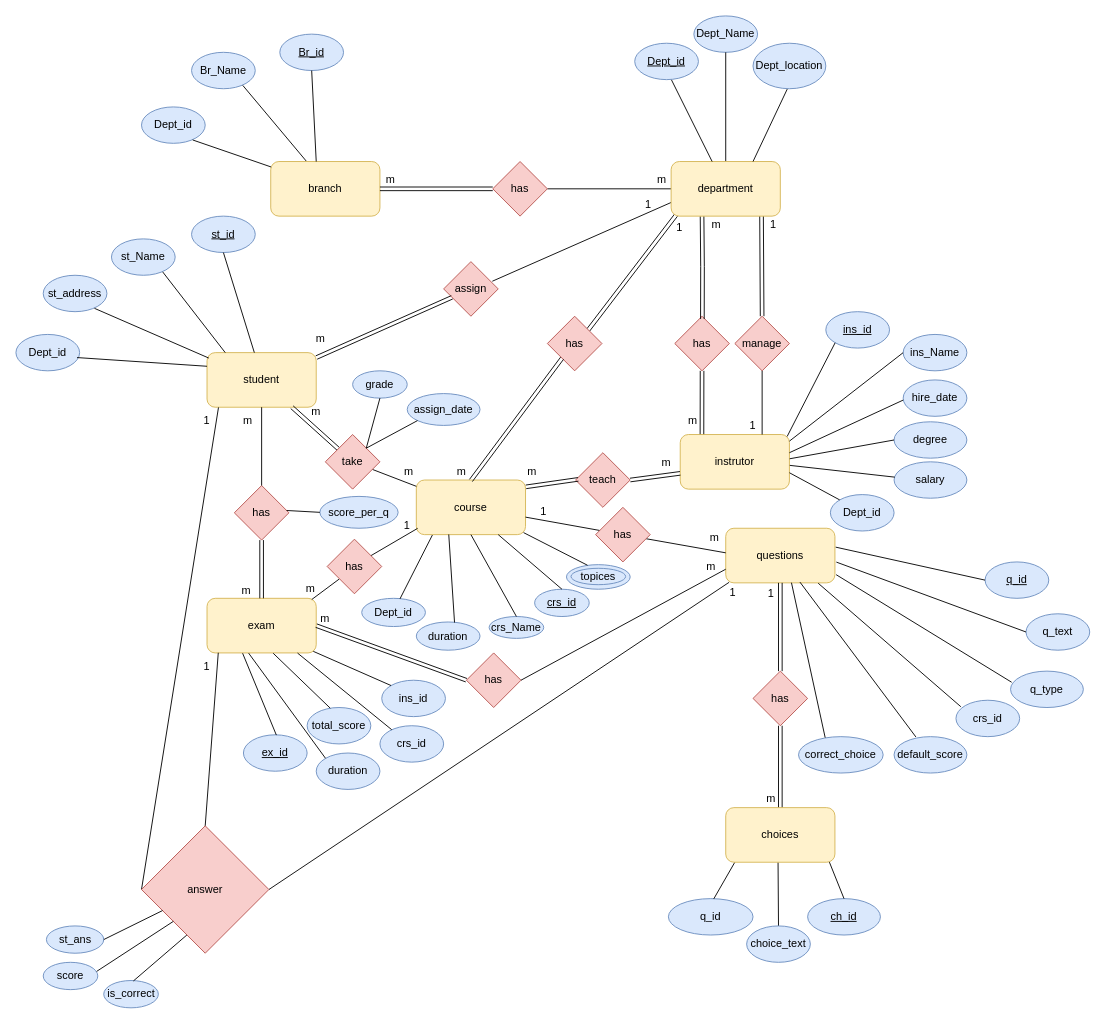
Before: Database/Final Project/ERD/ERD.drawio in ahmedmamdouh32/ITI_9month, a draw.io diagram. Source tidied: cells renumbered, new cells numbered last; positions are measured from the earlier drawing's top-left corner, leaving out a move shared by most shapes. Both pictures are drawn from the tidied source at 91%, with x=0, y=0 at pixel (15, 15).
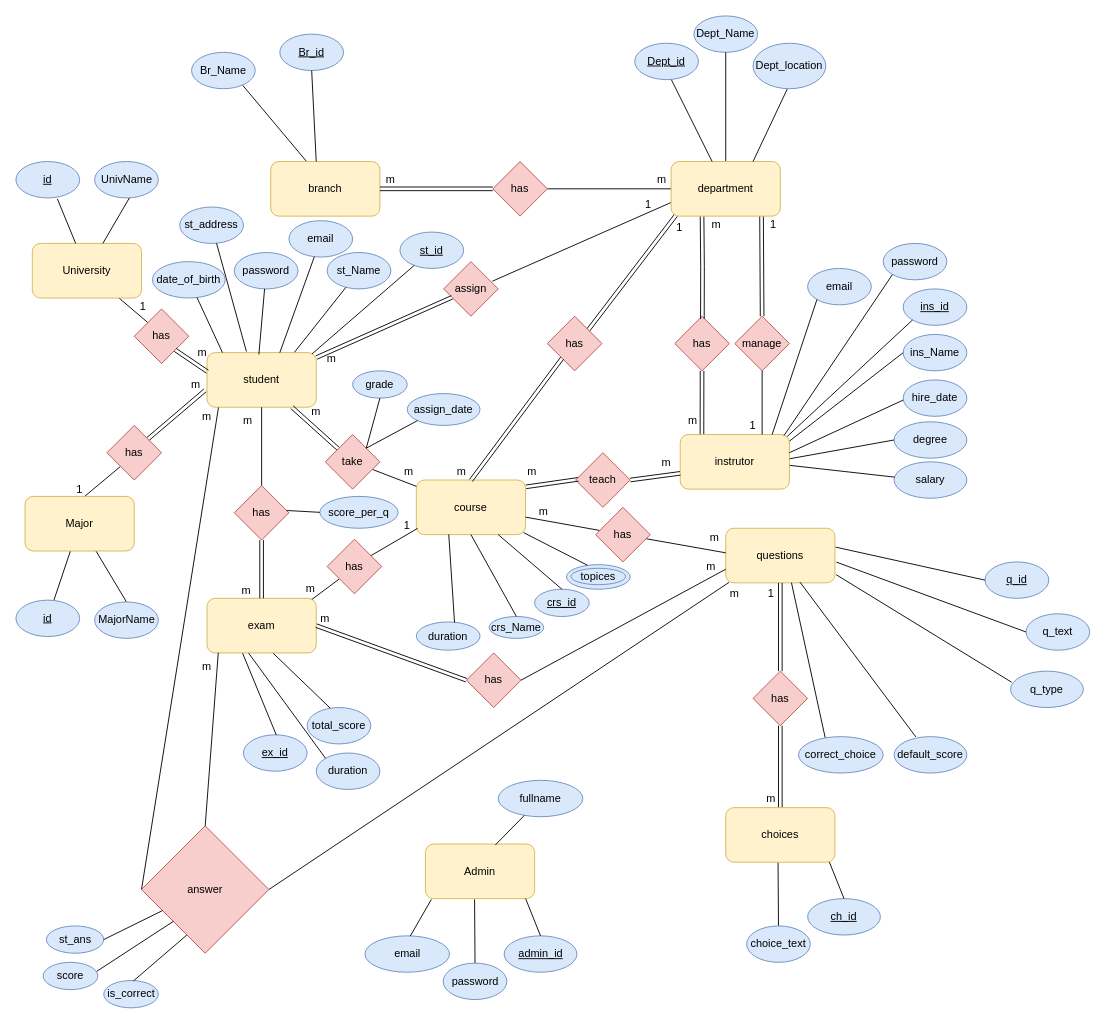
The same page after the edit.

The change refers to these unchanged cells:
```xml
<mxCell id="3" value="student" style="rounded=1;whiteSpace=wrap;html=1;fillColor=#fff2cc;strokeColor=#d6b656;" parent="1" vertex="1">
  <mxGeometry x="210" y="370" width="120" height="60" as="geometry" />
</mxCell>
<mxCell id="4" value="questions" style="rounded=1;whiteSpace=wrap;html=1;fillColor=#fff2cc;strokeColor=#d6b656;" parent="1" vertex="1">
  <mxGeometry x="780" y="563" width="120" height="60" as="geometry" />
</mxCell>
<mxCell id="5" value="branch" style="rounded=1;whiteSpace=wrap;html=1;fillColor=#fff2cc;strokeColor=#d6b656;" parent="1" vertex="1">
  <mxGeometry x="280" y="160" width="120" height="60" as="geometry" />
</mxCell>
<mxCell id="6" value="exam" style="rounded=1;whiteSpace=wrap;html=1;fillColor=#fff2cc;strokeColor=#d6b656;" parent="1" vertex="1">
  <mxGeometry x="210" y="640" width="120" height="60" as="geometry" />
</mxCell>
<mxCell id="7" value="instrutor" style="rounded=1;whiteSpace=wrap;html=1;fillColor=#fff2cc;strokeColor=#d6b656;" parent="1" vertex="1">
  <mxGeometry x="730" y="460" width="120" height="60" as="geometry" />
</mxCell>
<mxCell id="8" value="course" style="rounded=1;whiteSpace=wrap;html=1;fillColor=#fff2cc;strokeColor=#d6b656;" parent="1" vertex="1">
  <mxGeometry x="440" y="510" width="120" height="60" as="geometry" />
</mxCell>
```

The edit, as a diff of the source:
```diff
@@
+    <mxCell id="160" style="rounded=0;jettySize=auto;html=1;entryX=1;entryY=0;entryDx=0;entryDy=0;exitX=-0.018;exitY=0.691;exitDx=0;exitDy=0;exitPerimeter=0;endArrow=none;endFill=0;shape=link;" parent="1" edge="1" source="3" target="173">
+      <mxGeometry relative="1" as="geometry" />
+    </mxCell>
@@
     <mxCell id="32" value="m" style="text;html=1;whiteSpace=wrap;strokeColor=none;fillColor=none;align=center;verticalAlign=middle;rounded=0;" parent="1" vertex="1">
-      <mxGeometry x="330" y="350" width="10" height="10" as="geometry" />
+      <mxGeometry x="342" y="372" width="10" height="10" as="geometry" />
     </mxCell>
@@
-    <mxCell id="52" value="&lt;font style=&quot;color: light-dark(rgb(0, 0, 0), rgb(255, 255, 255));&quot;&gt;1&lt;/font&gt;" style="text;html=1;whiteSpace=wrap;strokeColor=none;fillColor=none;align=center;verticalAlign=middle;rounded=0;" parent="1" vertex="1">
+    <mxCell id="52" value="&lt;font style=&quot;color: light-dark(rgb(0, 0, 0), rgb(255, 255, 255));&quot;&gt;m&lt;/font&gt;" style="text;html=1;whiteSpace=wrap;strokeColor=none;fillColor=none;align=center;verticalAlign=middle;rounded=0;" parent="1" vertex="1">
       <mxGeometry x="550" y="530" width="60" height="30" as="geometry" />
     </mxCell>
@@
-    <mxCell id="79" value="Dept_id" style="ellipse;whiteSpace=wrap;html=1;fillColor=#dae8fc;strokeColor=#6c8ebf;" parent="1" vertex="1">
-      <mxGeometry x="138" y="100" width="70" height="40" as="geometry" />
-    </mxCell>
-    <mxCell id="80" style="endArrow=none;html=1;rounded=0;entryX=0.004;entryY=0.1;entryDx=0;entryDy=0;entryPerimeter=0;exitX=0.804;exitY=0.908;exitDx=0;exitDy=0;exitPerimeter=0;" parent="1" edge="1" source="79" target="5">
-      <mxGeometry relative="1" as="geometry" />
-    </mxCell>
@@
     <mxCell id="84" value="&lt;u&gt;ins_id&lt;/u&gt;" style="ellipse;whiteSpace=wrap;html=1;fillColor=#dae8fc;strokeColor=#6c8ebf;" parent="1" vertex="1">
-      <mxGeometry x="890" y="325" width="70" height="40" as="geometry" />
+      <mxGeometry x="975" y="300" width="70" height="40" as="geometry" />
     </mxCell>
@@
-    <mxCell id="89" value="Dept_id" style="ellipse;whiteSpace=wrap;html=1;fillColor=#dae8fc;strokeColor=#6c8ebf;" parent="1" vertex="1">
-      <mxGeometry x="895" y="526" width="70" height="40" as="geometry" />
-    </mxCell>
@@
-    <mxCell id="92" value="Dept_id" style="ellipse;whiteSpace=wrap;html=1;fillColor=#dae8fc;strokeColor=#6c8ebf;" parent="1" vertex="1">
-      <mxGeometry x="380" y="640" width="70" height="31" as="geometry" />
-    </mxCell>
-    <mxCell id="93" style="endArrow=none;html=1;rounded=0;entryX=0.147;entryY=1.008;entryDx=0;entryDy=0;exitX=0.6;exitY=0.021;exitDx=0;exitDy=0;exitPerimeter=0;entryPerimeter=0;" parent="1" edge="1" source="92" target="8">
-      <mxGeometry relative="1" as="geometry" />
-    </mxCell>
@@
-    <mxCell id="96" value="Dept_id" style="ellipse;whiteSpace=wrap;html=1;fillColor=#dae8fc;strokeColor=#6c8ebf;" parent="1" vertex="1">
-      <mxGeometry y="350" width="70" height="40" as="geometry" />
-    </mxCell>
-    <mxCell id="97" style="endArrow=none;html=1;rounded=0;entryX=0;entryY=0.25;entryDx=0;entryDy=0;exitX=0.96;exitY=0.636;exitDx=0;exitDy=0;exitPerimeter=0;" parent="1" edge="1" source="96" target="3">
-      <mxGeometry relative="1" as="geometry" />
-    </mxCell>
@@
     <mxCell id="100" value="&lt;u&gt;st_id&lt;/u&gt;" style="ellipse;whiteSpace=wrap;html=1;fillColor=#dae8fc;strokeColor=#6c8ebf;" parent="1" vertex="1">
-      <mxGeometry x="193" y="220" width="70" height="40" as="geometry" />
+      <mxGeometry x="422" y="237.5" width="70" height="40" as="geometry" />
     </mxCell>
     <mxCell id="101" value="st_Name" style="ellipse;whiteSpace=wrap;html=1;fillColor=#dae8fc;strokeColor=#6c8ebf;" parent="1" vertex="1">
-      <mxGeometry x="105" y="245" width="70" height="40" as="geometry" />
+      <mxGeometry x="342" y="260" width="70" height="40" as="geometry" />
     </mxCell>
     <mxCell id="102" value="st_address" style="ellipse;whiteSpace=wrap;html=1;fillColor=#dae8fc;strokeColor=#6c8ebf;" parent="1" vertex="1">
-      <mxGeometry x="30" y="285" width="70" height="40" as="geometry" />
+      <mxGeometry x="180" y="210" width="70" height="40" as="geometry" />
     </mxCell>
-    <mxCell id="103" style="endArrow=none;html=1;rounded=0;entryX=0.004;entryY=0.1;entryDx=0;entryDy=0;entryPerimeter=0;exitX=0.804;exitY=0.908;exitDx=0;exitDy=0;exitPerimeter=0;" parent="1" edge="1" source="102">
-      <mxGeometry relative="1" as="geometry">
-        <mxPoint x="212" y="376" as="targetPoint" />
-      </mxGeometry>
-    </mxCell>
-    <mxCell id="104" style="endArrow=none;html=1;rounded=0;entryX=0.167;entryY=0;entryDx=0;entryDy=0;entryPerimeter=0;exitX=0.804;exitY=0.908;exitDx=0;exitDy=0;exitPerimeter=0;" parent="1" edge="1" source="101" target="3">
-      <mxGeometry relative="1" as="geometry" />
-    </mxCell>
-    <mxCell id="105" style="endArrow=none;html=1;rounded=0;exitX=0.5;exitY=1;exitDx=0;exitDy=0;" parent="1" edge="1" source="100">
-      <mxGeometry relative="1" as="geometry">
-        <mxPoint x="262" y="370" as="targetPoint" />
-      </mxGeometry>
-    </mxCell>
@@
-    <mxCell id="110" value="crs_id" style="ellipse;whiteSpace=wrap;html=1;fillColor=#dae8fc;strokeColor=#6c8ebf;" parent="1" vertex="1">
-      <mxGeometry x="1033" y="752" width="70" height="40" as="geometry" />
-    </mxCell>
@@
-    <mxCell id="117" style="endArrow=none;html=1;rounded=0;exitX=0.077;exitY=0.178;exitDx=0;exitDy=0;entryX=0.847;entryY=1.007;entryDx=0;entryDy=0;entryPerimeter=0;exitPerimeter=0;" parent="1" edge="1" source="110" target="4">
-      <mxGeometry relative="1" as="geometry" />
-    </mxCell>
@@
-    <mxCell id="120" value="q_id" style="ellipse;whiteSpace=wrap;html=1;fillColor=#dae8fc;strokeColor=#6c8ebf;" parent="1" vertex="1">
-      <mxGeometry x="717" y="970" width="93" height="40" as="geometry" />
-    </mxCell>
@@
-    <mxCell id="124" style="endArrow=none;html=1;rounded=0;exitX=0.536;exitY=0.007;exitDx=0;exitDy=0;exitPerimeter=0;entryX=0.613;entryY=1.018;entryDx=0;entryDy=0;entryPerimeter=0;" parent="1" edge="1" source="120">
-      <mxGeometry relative="1" as="geometry">
-        <mxPoint x="790" y="930" as="targetPoint" />
-      </mxGeometry>
-    </mxCell>
@@
-    <mxCell id="129" value="crs_id" style="ellipse;whiteSpace=wrap;html=1;fillColor=#dae8fc;strokeColor=#6c8ebf;" parent="1" vertex="1">
-      <mxGeometry x="400" y="780" width="70" height="40" as="geometry" />
-    </mxCell>
-    <mxCell id="130" style="endArrow=none;html=1;rounded=0;entryX=0.829;entryY=1.003;entryDx=0;entryDy=0;exitX=0.185;exitY=0.109;exitDx=0;exitDy=0;entryPerimeter=0;exitPerimeter=0;" parent="1" edge="1" source="129" target="6">
-      <mxGeometry relative="1" as="geometry" />
-    </mxCell>
@@
-    <mxCell id="134" value="ins_id" style="ellipse;whiteSpace=wrap;html=1;fillColor=#dae8fc;strokeColor=#6c8ebf;" parent="1" vertex="1">
-      <mxGeometry x="402" y="730" width="70" height="40" as="geometry" />
-    </mxCell>
-    <mxCell id="135" style="endArrow=none;html=1;rounded=0;entryX=0.973;entryY=0.971;entryDx=0;entryDy=0;entryPerimeter=0;exitX=0;exitY=0;exitDx=0;exitDy=0;" parent="1" edge="1" source="134" target="6">
-      <mxGeometry relative="1" as="geometry" />
-    </mxCell>
@@
-    <mxCell id="151" style="rounded=0;jettySize=auto;html=1;exitX=0;exitY=0;exitDx=0;exitDy=0;endArrow=none;endFill=0;entryX=1;entryY=0.7;entryDx=0;entryDy=0;entryPerimeter=0;" parent="1" edge="1" source="89" target="7">
-      <mxGeometry relative="1" as="geometry" />
-    </mxCell>
@@
-    <mxCell id="156" value="1" style="text;html=1;whiteSpace=wrap;strokeColor=none;fillColor=none;align=center;verticalAlign=middle;rounded=0;" parent="1" vertex="1">
-      <mxGeometry x="180" y="430" width="60" height="30" as="geometry" />
+    <mxCell id="156" value="m" style="text;html=1;whiteSpace=wrap;strokeColor=none;fillColor=none;align=center;verticalAlign=middle;rounded=0;" parent="1" vertex="1">
+      <mxGeometry x="200" y="436" width="20" height="10" as="geometry" />
     </mxCell>
-    <mxCell id="157" value="1" style="text;html=1;whiteSpace=wrap;strokeColor=none;fillColor=none;align=center;verticalAlign=middle;rounded=0;" parent="1" vertex="1">
+    <mxCell id="157" value="m" style="text;html=1;whiteSpace=wrap;strokeColor=none;fillColor=none;align=center;verticalAlign=middle;rounded=0;" parent="1" vertex="1">
       <mxGeometry x="200" y="710" width="20" height="10" as="geometry" />
     </mxCell>
-    <mxCell id="158" value="1" style="text;html=1;whiteSpace=wrap;strokeColor=none;fillColor=none;align=center;verticalAlign=middle;rounded=0;" parent="1" vertex="1">
-      <mxGeometry x="773" y="625" width="30" height="17" as="geometry" />
-    </mxCell>
@@
+    <mxCell id="161" style="rounded=0;jettySize=auto;html=1;entryX=0;entryY=0;entryDx=0;entryDy=0;endArrow=none;endFill=0;" parent="1" edge="1" source="162" target="176">
+      <mxGeometry relative="1" as="geometry" />
+    </mxCell>
+    <mxCell id="162" value="University" style="rounded=1;whiteSpace=wrap;html=1;fillColor=#fff2cc;strokeColor=#d6b656;" parent="1" vertex="1">
+      <mxGeometry x="18" y="250" width="120" height="60" as="geometry" />
+    </mxCell>
+    <mxCell id="163" style="rounded=0;jettySize=auto;html=1;endArrow=none;endFill=0;" parent="1" edge="1" source="166" target="167">
+      <mxGeometry relative="1" as="geometry" />
+    </mxCell>
+    <mxCell id="164" style="rounded=0;jettySize=auto;html=1;entryX=0.5;entryY=0;entryDx=0;entryDy=0;endArrow=none;endFill=0;" parent="1" edge="1" source="166" target="168">
+      <mxGeometry relative="1" as="geometry" />
+    </mxCell>
+    <mxCell id="165" style="rounded=0;jettySize=auto;html=1;entryX=0;entryY=1;entryDx=0;entryDy=0;exitX=0.538;exitY=0.013;exitDx=0;exitDy=0;exitPerimeter=0;endArrow=none;endFill=0;" parent="1" edge="1" source="166" target="173">
+      <mxGeometry relative="1" as="geometry" />
+    </mxCell>
+    <mxCell id="166" value="Major" style="rounded=1;whiteSpace=wrap;html=1;fillColor=#fff2cc;strokeColor=#d6b656;" parent="1" vertex="1">
+      <mxGeometry x="10" y="528" width="120" height="60" as="geometry" />
+    </mxCell>
+    <mxCell id="167" value="&lt;u&gt;id&lt;/u&gt;" style="ellipse;whiteSpace=wrap;html=1;fillColor=#dae8fc;strokeColor=#6c8ebf;" parent="1" vertex="1">
+      <mxGeometry y="642" width="70" height="40" as="geometry" />
+    </mxCell>
+    <mxCell id="168" value="MajorName" style="ellipse;whiteSpace=wrap;html=1;fillColor=#dae8fc;strokeColor=#6c8ebf;" parent="1" vertex="1">
+      <mxGeometry x="86.5" y="644" width="70" height="40" as="geometry" />
+    </mxCell>
+    <mxCell id="169" value="&lt;u&gt;id&lt;/u&gt;" style="ellipse;whiteSpace=wrap;html=1;fillColor=#dae8fc;strokeColor=#6c8ebf;" parent="1" vertex="1">
+      <mxGeometry y="160" width="70" height="40" as="geometry" />
+    </mxCell>
+    <mxCell id="170" value="UnivName" style="ellipse;whiteSpace=wrap;html=1;fillColor=#dae8fc;strokeColor=#6c8ebf;" parent="1" vertex="1">
+      <mxGeometry x="86.5" y="160" width="70" height="40" as="geometry" />
+    </mxCell>
+    <mxCell id="171" style="rounded=0;jettySize=auto;html=1;entryX=0.651;entryY=1.028;entryDx=0;entryDy=0;entryPerimeter=0;endArrow=none;endFill=0;" parent="1" edge="1" source="162" target="169">
+      <mxGeometry relative="1" as="geometry" />
+    </mxCell>
+    <mxCell id="172" style="rounded=0;jettySize=auto;html=1;entryX=0.545;entryY=1.002;entryDx=0;entryDy=0;entryPerimeter=0;endArrow=none;endFill=0;" parent="1" edge="1" source="162" target="170">
+      <mxGeometry relative="1" as="geometry" />
+    </mxCell>
+    <mxCell id="173" value="has" style="rhombus;whiteSpace=wrap;html=1;fillColor=#f8cecc;strokeColor=#b85450;" parent="1" vertex="1">
+      <mxGeometry x="100" y="450" width="60" height="60" as="geometry" />
+    </mxCell>
+    <mxCell id="174" style="rounded=0;jettySize=auto;html=1;entryX=0.961;entryY=0.024;entryDx=0;entryDy=0;entryPerimeter=0;endArrow=none;endFill=0;" parent="1" edge="1" source="100" target="3">
+      <mxGeometry relative="1" as="geometry" />
+    </mxCell>
+    <mxCell id="104" style="rounded=0;jettySize=auto;html=1;entryX=0.801;entryY=-0.008;entryDx=0;entryDy=0;entryPerimeter=0;endArrow=none;endFill=0;" parent="1" edge="1" source="101" target="3">
+      <mxGeometry relative="1" as="geometry" />
+    </mxCell>
+    <mxCell id="175" style="rounded=0;jettySize=auto;html=1;entryX=0.361;entryY=-0.019;entryDx=0;entryDy=0;entryPerimeter=0;endArrow=none;endFill=0;" parent="1" edge="1" source="102" target="3">
+      <mxGeometry relative="1" as="geometry" />
+    </mxCell>
+    <mxCell id="176" value="has" style="rhombus;whiteSpace=wrap;html=1;fillColor=#f8cecc;strokeColor=#b85450;" parent="1" vertex="1">
+      <mxGeometry x="130" y="322" width="60" height="60" as="geometry" />
+    </mxCell>
+    <mxCell id="177" style="rounded=0;jettySize=auto;html=1;entryX=1;entryY=1;entryDx=0;entryDy=0;exitX=0.004;exitY=0.35;exitDx=0;exitDy=0;exitPerimeter=0;endArrow=none;endFill=0;shape=link;" parent="1" edge="1" source="3" target="176">
+      <mxGeometry relative="1" as="geometry" />
+    </mxCell>
+    <mxCell id="178" value="1" style="text;html=1;whiteSpace=wrap;strokeColor=none;fillColor=none;align=center;verticalAlign=middle;rounded=0;" parent="1" vertex="1">
+      <mxGeometry x="120" y="310" width="40" height="20" as="geometry" />
+    </mxCell>
+    <mxCell id="179" value="m" style="text;html=1;whiteSpace=wrap;strokeColor=none;fillColor=none;align=center;verticalAlign=middle;rounded=0;" parent="1" vertex="1">
+      <mxGeometry x="190" y="365" width="30" height="10" as="geometry" />
+    </mxCell>
+    <mxCell id="180" value="1" style="text;html=1;whiteSpace=wrap;strokeColor=none;fillColor=none;align=center;verticalAlign=middle;rounded=0;" parent="1" vertex="1">
+      <mxGeometry x="65" y="516" width="10" height="10" as="geometry" />
+    </mxCell>
+    <mxCell id="181" value="m" style="text;html=1;whiteSpace=wrap;strokeColor=none;fillColor=none;align=center;verticalAlign=middle;rounded=0;" parent="1" vertex="1">
+      <mxGeometry x="188" y="400" width="20" height="10" as="geometry" />
+    </mxCell>
+    <mxCell id="182" value="m" style="text;html=1;whiteSpace=wrap;strokeColor=none;fillColor=none;align=center;verticalAlign=middle;rounded=0;" parent="1" vertex="1">
+      <mxGeometry x="760" y="620" width="60" height="30" as="geometry" />
+    </mxCell>
+    <mxCell id="183" value="email" style="ellipse;whiteSpace=wrap;html=1;fillColor=#dae8fc;strokeColor=#6c8ebf;" parent="1" vertex="1">
+      <mxGeometry x="870" y="277.5" width="70" height="40" as="geometry" />
+    </mxCell>
+    <mxCell id="184" style="rounded=0;jettySize=auto;html=1;exitX=0;exitY=1;exitDx=0;exitDy=0;entryX=0.979;entryY=0.036;entryDx=0;entryDy=0;entryPerimeter=0;endArrow=none;endFill=0;" parent="1" edge="1" source="183">
+      <mxGeometry relative="1" as="geometry">
+        <mxPoint x="831" y="460" as="targetPoint" />
+      </mxGeometry>
+    </mxCell>
+    <mxCell id="185" value="password" style="ellipse;whiteSpace=wrap;html=1;fillColor=#dae8fc;strokeColor=#6c8ebf;" parent="1" vertex="1">
+      <mxGeometry x="953" y="250" width="70" height="40" as="geometry" />
+    </mxCell>
+    <mxCell id="186" style="rounded=0;jettySize=auto;html=1;exitX=0;exitY=1;exitDx=0;exitDy=0;entryX=0.979;entryY=0.036;entryDx=0;entryDy=0;entryPerimeter=0;endArrow=none;endFill=0;" parent="1" edge="1" source="185">
+      <mxGeometry relative="1" as="geometry">
+        <mxPoint x="844" y="461.2" as="targetPoint" />
+      </mxGeometry>
+    </mxCell>
+    <mxCell id="187" value="email" style="ellipse;whiteSpace=wrap;html=1;fillColor=#dae8fc;strokeColor=#6c8ebf;" parent="1" vertex="1">
+      <mxGeometry x="300" y="225" width="70" height="40" as="geometry" />
+    </mxCell>
+    <mxCell id="188" style="rounded=0;jettySize=auto;html=1;entryX=0.801;entryY=-0.008;entryDx=0;entryDy=0;entryPerimeter=0;endArrow=none;endFill=0;" parent="1" edge="1" source="187">
+      <mxGeometry relative="1" as="geometry">
+        <mxPoint x="290" y="370" as="targetPoint" />
+      </mxGeometry>
+    </mxCell>
+    <mxCell id="189" value="password" style="ellipse;whiteSpace=wrap;html=1;fillColor=#dae8fc;strokeColor=#6c8ebf;" parent="1" vertex="1">
+      <mxGeometry x="240" y="260" width="70" height="40" as="geometry" />
+    </mxCell>
+    <mxCell id="190" style="rounded=0;jettySize=auto;html=1;entryX=0.801;entryY=-0.008;entryDx=0;entryDy=0;entryPerimeter=0;endArrow=none;endFill=0;" parent="1" edge="1" source="189">
+      <mxGeometry relative="1" as="geometry">
+        <mxPoint x="267" y="372" as="targetPoint" />
+      </mxGeometry>
+    </mxCell>
+    <mxCell id="191" value="Admin" style="rounded=1;whiteSpace=wrap;html=1;fillColor=#fff2cc;strokeColor=#d6b656;" parent="1" vertex="1">
+      <mxGeometry x="450" y="910" width="120" height="60" as="geometry" />
+    </mxCell>
+    <mxCell id="192" value="email" style="ellipse;whiteSpace=wrap;html=1;fillColor=#dae8fc;strokeColor=#6c8ebf;" parent="1" vertex="1">
+      <mxGeometry x="383.5" y="1010.9" width="93" height="40" as="geometry" />
+    </mxCell>
+    <mxCell id="193" style="edgeStyle=orthogonalEdgeStyle;rounded=0;jettySize=auto;html=1;entryX=0.5;entryY=1;entryDx=0;entryDy=0;endArrow=none;endFill=0;" parent="1" edge="1" source="194">
+      <mxGeometry relative="1" as="geometry">
+        <mxPoint x="504" y="970.9" as="targetPoint" />
+      </mxGeometry>
+    </mxCell>
+    <mxCell id="194" value="password" style="ellipse;whiteSpace=wrap;html=1;fillColor=#dae8fc;strokeColor=#6c8ebf;" parent="1" vertex="1">
+      <mxGeometry x="469.5" y="1040.9" width="70" height="40" as="geometry" />
+    </mxCell>
+    <mxCell id="195" value="&lt;u&gt;admin_id&lt;/u&gt;" style="ellipse;whiteSpace=wrap;html=1;fillColor=#dae8fc;strokeColor=#6c8ebf;" parent="1" vertex="1">
+      <mxGeometry x="536.5" y="1010.9" width="80" height="40" as="geometry" />
+    </mxCell>
+    <mxCell id="196" style="endArrow=none;html=1;rounded=0;exitX=0.536;exitY=0.007;exitDx=0;exitDy=0;exitPerimeter=0;entryX=0.613;entryY=1.018;entryDx=0;entryDy=0;entryPerimeter=0;" parent="1" edge="1" source="192">
+      <mxGeometry relative="1" as="geometry">
+        <mxPoint x="456.5" y="970.9" as="targetPoint" />
+      </mxGeometry>
+    </mxCell>
+    <mxCell id="197" style="endArrow=none;html=1;rounded=0;exitX=0.5;exitY=0;exitDx=0;exitDy=0;entryX=0.938;entryY=0.985;entryDx=0;entryDy=0;entryPerimeter=0;" parent="1" edge="1" source="195">
+      <mxGeometry relative="1" as="geometry">
+        <mxPoint x="560.1" y="970" as="targetPoint" />
+      </mxGeometry>
+    </mxCell>
+    <mxCell id="198" value="fullname" style="ellipse;whiteSpace=wrap;html=1;fillColor=#dae8fc;strokeColor=#6c8ebf;" parent="1" vertex="1">
+      <mxGeometry x="530" y="840" width="93" height="40" as="geometry" />
+    </mxCell>
+    <mxCell id="199" style="rounded=0;jettySize=auto;html=1;entryX=0.64;entryY=0.018;entryDx=0;entryDy=0;entryPerimeter=0;endArrow=none;endFill=0;" parent="1" edge="1" source="198" target="191">
+      <mxGeometry relative="1" as="geometry" />
+    </mxCell>
+    <mxCell id="200" value="date_of_birth" style="ellipse;whiteSpace=wrap;html=1;fillColor=#dae8fc;strokeColor=#6c8ebf;" parent="1" vertex="1">
+      <mxGeometry x="150" y="270" width="80" height="40" as="geometry" />
+    </mxCell>
+    <mxCell id="201" style="rounded=0;jettySize=auto;html=1;entryX=0.801;entryY=-0.008;entryDx=0;entryDy=0;entryPerimeter=0;endArrow=none;endFill=0;" parent="1" edge="1" source="200">
+      <mxGeometry relative="1" as="geometry">
+        <mxPoint x="227" y="370" as="targetPoint" />
+      </mxGeometry>
+    </mxCell>
```
